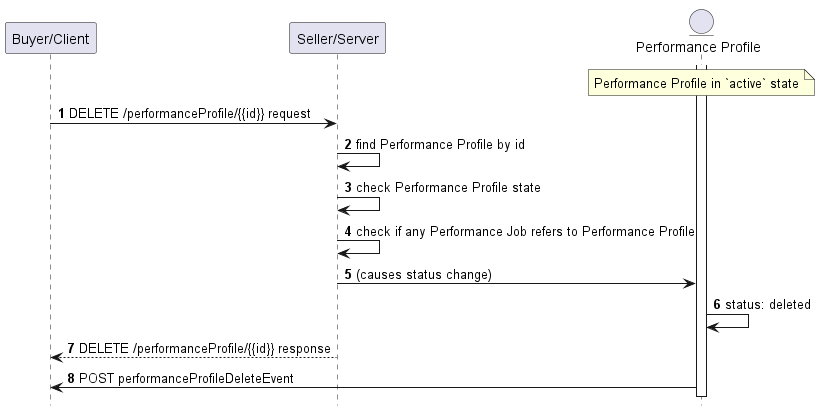
Above: documentation/serviceApi/pm/performance/media/useCase5DeleteFlow.png in MEF-GIT/MEF-LSO-Legato-SDK (PlantUML), before the change. Source of this version:
```plantuml
@startuml useCase5DeleteFlow

hide footbox

participant "Buyer/Client" as B
participant "Seller/Server" as S


entity "Performance Profile" as PP
activate PP

autonumber

note over PP: Performance Profile in `active` state
B -> S : DELETE /performanceProfile/{{id}} request

S -> S: find Performance Profile by id
S -> S: check Performance Profile state
S -> S: check if any Performance Job refers to Performance Profile

S -> PP: (causes status change)
PP -> PP: status: deleted
S --> B: DELETE /performanceProfile/{{id}} response
PP -> B: POST performanceProfileDeleteEvent

@enduml
```
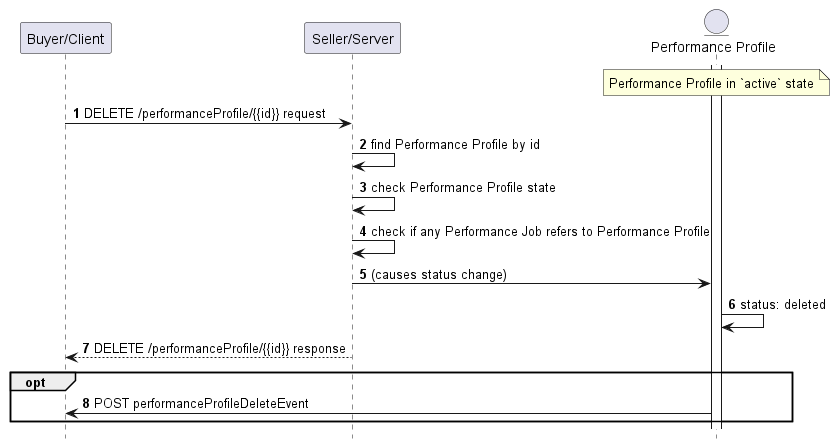
The same file after the commit.

Change to the diagram source:
```diff
@@ -21,6 +21,9 @@
 S -> PP: (causes status change)
 PP -> PP: status: deleted
 S --> B: DELETE /performanceProfile/{{id}} response
-PP -> B: POST performanceProfileDeleteEvent
+
+opt
+    PP -> B: POST performanceProfileDeleteEvent
+end
 
 @enduml
```
